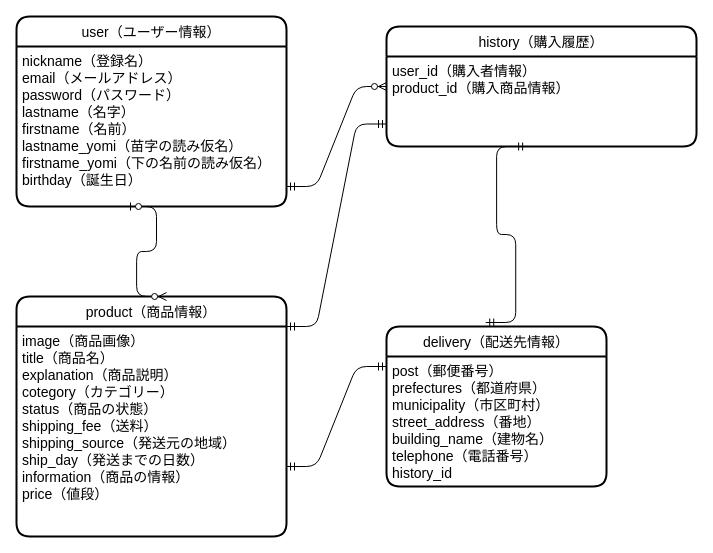
This is app/furima-41360.dio from haru-teck/furima-41360, a draw.io file, before an edit. Source tidied: cells renumbered, new cells numbered last; positions are measured from the earlier drawing's top-left corner, leaving out a move shared by most shapes. Both pictures are drawn from the tidied source at 100%, with x=0, y=0 at pixel (16, 16).
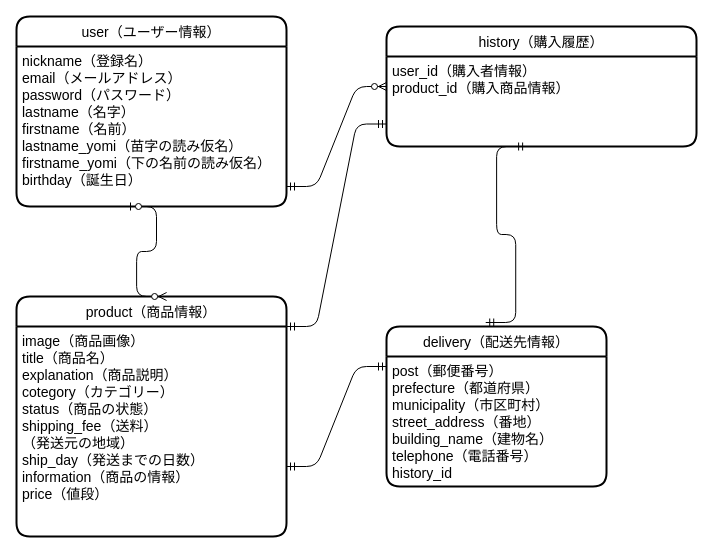
The same diagram, later.

Commit message (it also covers changes not shown here):
テーブル設計7

Change to the diagram source:
```diff
@@
 <mxGraphModel>
   <root>
     <mxCell id="0" />
     <mxCell id="1" parent="0" />
     <mxCell id="2" value="user（ユーザー情報）" style="swimlane;horizontal=1;startSize=30;rounded=1;fontSize=14;fontStyle=0;strokeWidth=2;shadow=0;dashed=0;align=center;" parent="1" vertex="1">
       <mxGeometry width="270" height="190" as="geometry" />
     </mxCell>
     <mxCell id="3" value="nickname（登録名）&#10;email（メールアドレス）&#10;password（パスワード）&#10;lastname（名字）&#10;firstname（名前）&#10;lastname_yomi（苗字の読み仮名）&#10;firstname_yomi（下の名前の読み仮名）&#10;birthday（誕生日）&#10;" style="align=left;strokeColor=none;fillColor=none;spacingLeft=4;fontSize=14;verticalAlign=top;" parent="2" vertex="1">
       <mxGeometry y="30" width="270" height="160" as="geometry" />
     </mxCell>
     <mxCell id="4" value="product（商品情報）" style="swimlane;horizontal=1;startSize=30;rounded=1;fontSize=14;fontStyle=0;strokeWidth=2;shadow=0;dashed=0;align=center;" parent="1" vertex="1">
       <mxGeometry y="280" width="270" height="240" as="geometry" />
     </mxCell>
-    <mxCell id="5" value="image（商品画像）&#10;title（商品名）&#10;explanation（商品説明）&#10;cotegory（カテゴリー）&#10;status（商品の状態）&#10;shipping_fee（送料）&#10;shipping_source（発送元の地域）&#10;ship_day（発送までの日数）&#10;information（商品の情報）&#10;price（値段）&#10;" style="align=left;strokeColor=none;fillColor=none;spacingLeft=4;fontSize=14;verticalAlign=top;" parent="4" vertex="1">
+    <mxCell id="5" value="image（商品画像）&#10;title（商品名）&#10;explanation（商品説明）&#10;cotegory（カテゴリー）&#10;status（商品の状態）&#10;shipping_fee（送料）&#10;（発送元の地域）&#10;ship_day（発送までの日数）&#10;information（商品の情報）&#10;price（値段）&#10;" style="align=left;strokeColor=none;fillColor=none;spacingLeft=4;fontSize=14;verticalAlign=top;" parent="4" vertex="1">
       <mxGeometry y="30" width="270" height="210" as="geometry" />
     </mxCell>
     <mxCell id="6" style="shape=waypoint;sketch=0;size=6;fillColor=default;perimeter=centerPerimeter;fontSize=14;fontStyle=0;startSize=30;rounded=1;strokeWidth=2;shadow=0;dashed=0;" parent="4" vertex="1">
       <mxGeometry y="240" width="270" as="geometry" />
     </mxCell>
     <mxCell id="7" value="history（購入履歴）" style="swimlane;horizontal=1;startSize=30;rounded=1;fontSize=14;fontStyle=0;strokeWidth=2;shadow=0;dashed=0;align=center;" parent="1" vertex="1">
       <mxGeometry x="370" y="10" width="310" height="120" as="geometry" />
     </mxCell>
     <mxCell id="8" value="user_id（購入者情報）&#10;product_id（購入商品情報）&#10;" style="align=left;strokeColor=none;fillColor=none;spacingLeft=4;fontSize=14;verticalAlign=top;" parent="7" vertex="1">
       <mxGeometry y="30" width="310" height="90" as="geometry" />
     </mxCell>
     <mxCell id="9" value="delivery（配送先情報）" style="swimlane;horizontal=1;startSize=30;rounded=1;fontSize=14;fontStyle=0;strokeWidth=2;shadow=0;dashed=0;align=center;" parent="1" vertex="1">
       <mxGeometry x="370" y="310" width="220" height="160" as="geometry" />
     </mxCell>
-    <mxCell id="10" value="post（郵便番号）&#10;prefectures（都道府県）&#10;municipality（市区町村）&#10;street_address（番地）&#10;building_name（建物名）&#10;telephone（電話番号）&#10;history_id" style="align=left;strokeColor=none;fillColor=none;spacingLeft=4;fontSize=14;verticalAlign=top;" parent="9" vertex="1">
+    <mxCell id="10" value="post（郵便番号）&#10;prefecture（都道府県）&#10;municipality（市区町村）&#10;street_address（番地）&#10;building_name（建物名）&#10;telephone（電話番号）&#10;history_id" style="align=left;strokeColor=none;fillColor=none;spacingLeft=4;fontSize=14;verticalAlign=top;" parent="9" vertex="1">
       <mxGeometry y="30" width="220" height="130" as="geometry" />
     </mxCell>
     <mxCell id="11" style="edgeStyle=entityRelationEdgeStyle;fontSize=12;html=1;endArrow=ERzeroToMany;startArrow=ERzeroToOne;entryX=0.556;entryY=0;entryDx=0;entryDy=0;entryPerimeter=0;" parent="1" edge="1" target="4">
       <mxGeometry relative="1" as="geometry">
         <mxPoint x="110" y="190" as="sourcePoint" />
       </mxGeometry>
     </mxCell>
     <mxCell id="12" style="edgeStyle=entityRelationEdgeStyle;fontSize=12;html=1;endArrow=ERmandOne;startArrow=ERmandOne;" parent="1" edge="1">
       <mxGeometry relative="1" as="geometry">
         <mxPoint x="270" y="450" as="sourcePoint" />
         <mxPoint x="370" y="350" as="targetPoint" />
       </mxGeometry>
     </mxCell>
     <mxCell id="13" style="edgeStyle=entityRelationEdgeStyle;fontSize=12;html=1;endArrow=ERzeroToMany;startArrow=ERmandOne;" parent="1" edge="1">
       <mxGeometry relative="1" as="geometry">
         <mxPoint x="270" y="170" as="sourcePoint" />
         <mxPoint x="370" y="70" as="targetPoint" />
       </mxGeometry>
     </mxCell>
     <mxCell id="14" style="edgeStyle=entityRelationEdgeStyle;fontSize=12;html=1;endArrow=ERmandOne;startArrow=ERmandOne;exitX=0.451;exitY=-0.025;exitDx=0;exitDy=0;exitPerimeter=0;entryX=0.452;entryY=1;entryDx=0;entryDy=0;entryPerimeter=0;" parent="1" edge="1" source="9" target="8">
       <mxGeometry relative="1" as="geometry" />
     </mxCell>
     <mxCell id="15" style="edgeStyle=entityRelationEdgeStyle;fontSize=12;html=1;endArrow=ERmandOne;startArrow=ERmandOne;entryX=0;entryY=0.75;entryDx=0;entryDy=0;" parent="1" edge="1" target="8">
       <mxGeometry relative="1" as="geometry">
         <mxPoint x="270" y="310" as="sourcePoint" />
       </mxGeometry>
     </mxCell>
   </root>
 </mxGraphModel>
```
